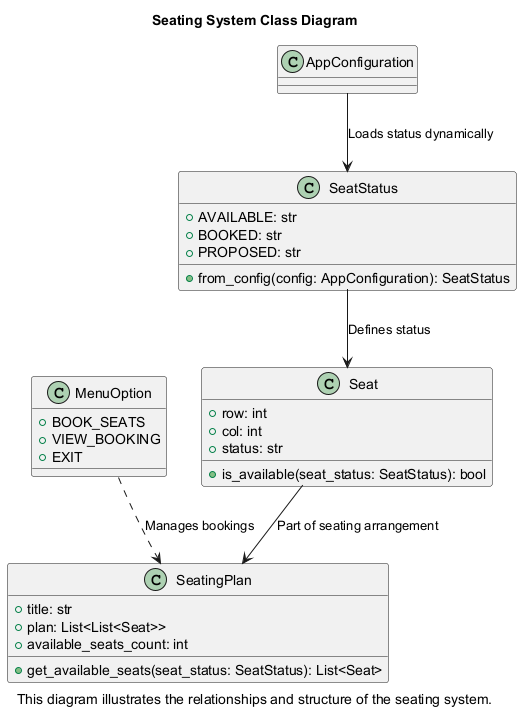
Above: aws/cinema/docs/shared_data_models.png in ongzhixian/PersonalFinanceTracker (PlantUML), before the change.
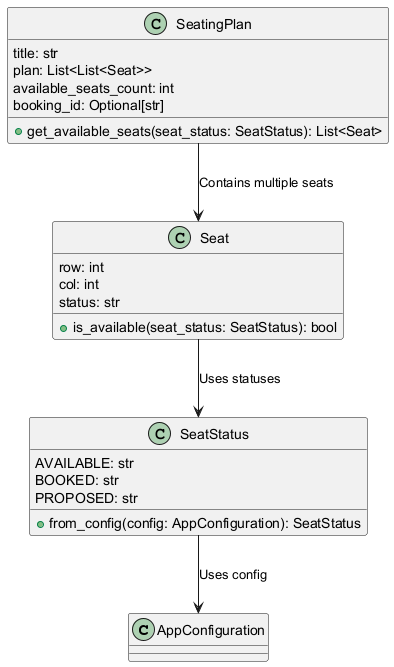
After the change.

The edit, as a diff of the source:
```diff
@@ -1,37 +1,30 @@
 @startuml
-title Seating System Class Diagram
-caption This diagram illustrates the relationships and structure of the seating system.
-
-class MenuOption {
-  +BOOK_SEATS
-  +VIEW_BOOKING
-  +EXIT
-}
+class AppConfiguration
 
 class SeatStatus {
-  +AVAILABLE: str
-  +BOOKED: str
-  +PROPOSED: str
-  +from_config(config: AppConfiguration): SeatStatus
+    AVAILABLE: str
+    BOOKED: str
+    PROPOSED: str
+    +from_config(config: AppConfiguration): SeatStatus
 }
 
 class Seat {
-  +row: int
-  +col: int
-  +status: str
-  +is_available(seat_status: SeatStatus): bool
+    row: int
+    col: int
+    status: str
+    +is_available(seat_status: SeatStatus): bool
 }
 
 class SeatingPlan {
-  +title: str
-  +plan: List<List<Seat>>
-  +available_seats_count: int
-  +get_available_seats(seat_status: SeatStatus): List<Seat>
+    title: str
+    plan: List<List<Seat>>
+    available_seats_count: int
+    booking_id: Optional[str]
+    +get_available_seats(seat_status: SeatStatus): List<Seat>
 }
 
-SeatStatus --> Seat : Defines status
-Seat --> SeatingPlan : Part of seating arrangement
-MenuOption ..> SeatingPlan : Manages bookings
-AppConfiguration --> SeatStatus : Loads status dynamically
+SeatStatus --> AppConfiguration : Uses config
+Seat --> SeatStatus : Uses statuses
+SeatingPlan --> Seat : Contains multiple seats
 
 @enduml
```
